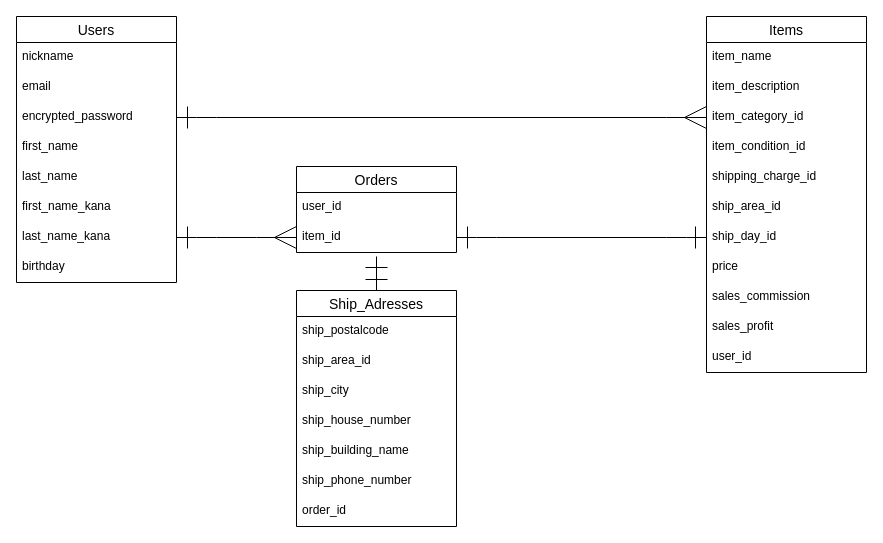
chie-python/furima-38879 keeps this draw.io diagram as er.dio. Above is the earlier version. Source tidied: cells renumbered, new cells numbered last; positions are measured from the earlier drawing's top-left corner, leaving out a move shared by most shapes. Both pictures are drawn from the tidied source at 100%, with x=0, y=0 at pixel (16, 16).
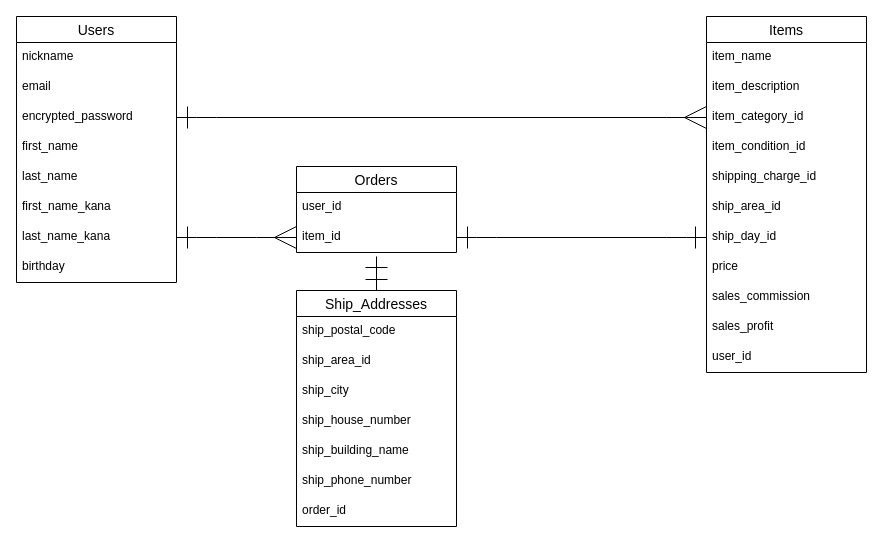
The same diagram, later.

Commit message (it also covers changes not shown here):
データベース設計修正＃4

The edit, as a diff of the source:
```diff
@@
-    <mxCell id="26" value="Ship_Adresses" style="swimlane;fontStyle=0;horizontal=1;startSize=26;align=center;fontSize=14;" parent="1" vertex="1">
+    <mxCell id="26" value="Ship_Addresses" style="swimlane;fontStyle=0;horizontal=1;startSize=26;align=center;fontSize=14;" parent="1" vertex="1">
       <mxGeometry x="280" y="274" width="160" height="236" as="geometry" />
     </mxCell>
-    <mxCell id="27" value="ship_postalcode" style="text;strokeColor=none;fillColor=none;spacingLeft=4;spacingRight=4;overflow=hidden;fontSize=12;" parent="26" vertex="1">
+    <mxCell id="27" value="ship_postal_code" style="text;strokeColor=none;fillColor=none;spacingLeft=4;spacingRight=4;overflow=hidden;fontSize=12;" parent="26" vertex="1">
       <mxGeometry y="26" width="160" height="30" as="geometry" />
     </mxCell>
```
